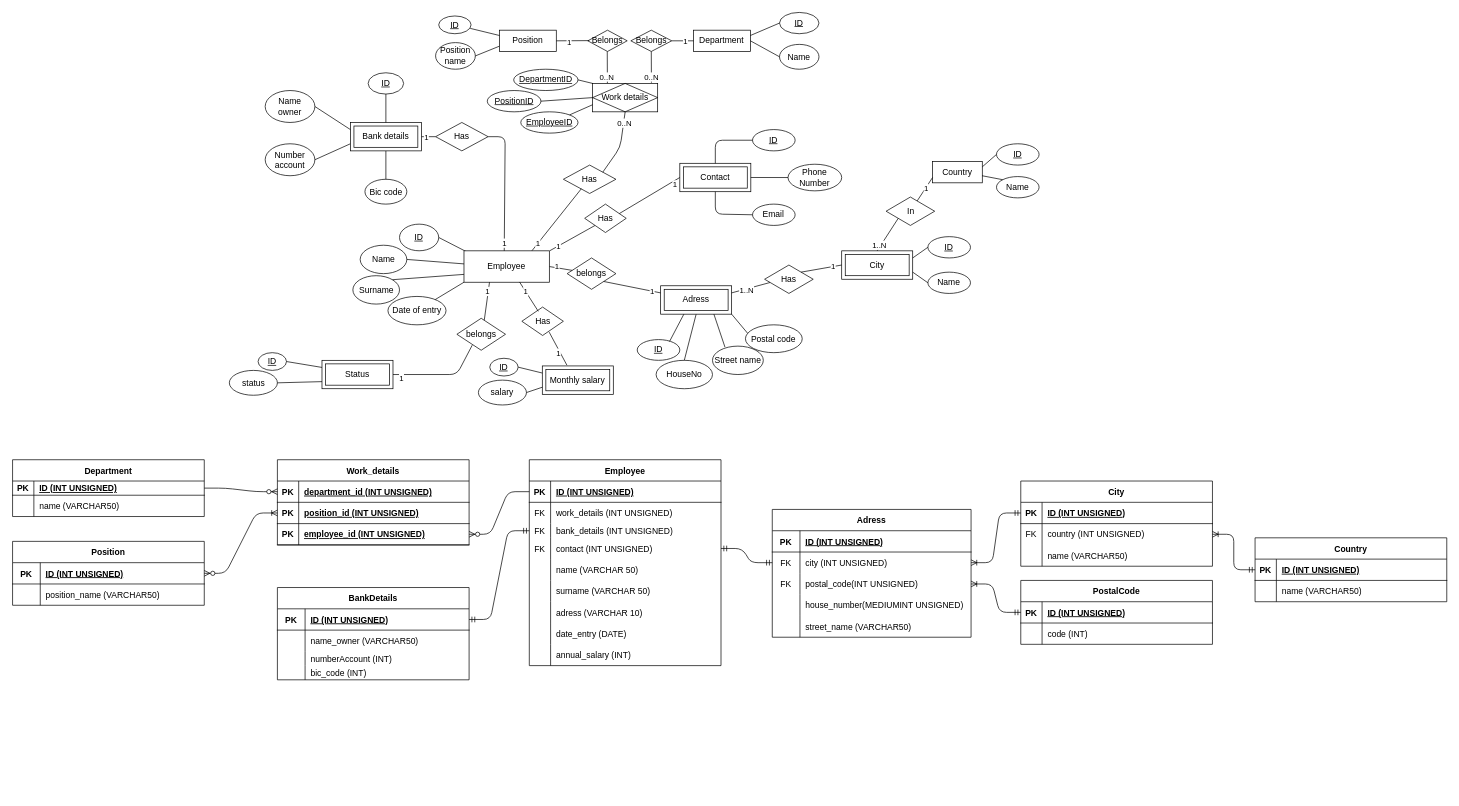
AntoineD74/Database-project keeps this draw.io diagram as Scheme_database.drawio. Above is the earlier version. Source tidied: cells renumbered, new cells numbered last; positions are measured from the earlier drawing's top-left corner, leaving out a move shared by most shapes. Both pictures are drawn from the tidied source at 71%, with x=0, y=0 at pixel (12, 12).
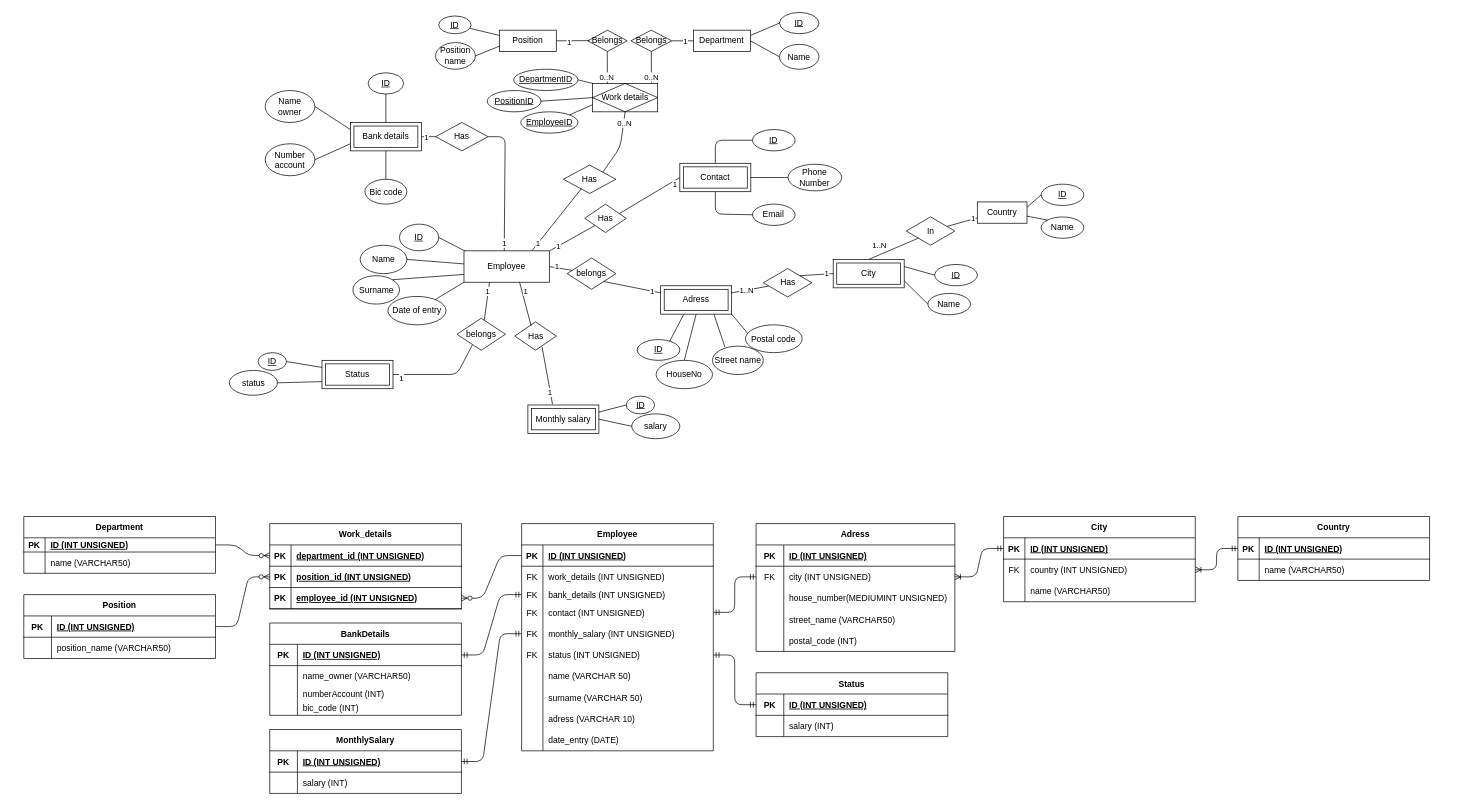
Above is the later version.

Unchanged cells that the change refers to:
```xml
<mxCell id="87" style="shape=partialRectangle;fillColor=none;top=0;left=0;bottom=1;right=0;points=[[0,0.5],[1,0.5]];portConstraint=eastwest;" parent="83" vertex="1">
  <mxGeometry y="60" width="270" height="30" as="geometry" />
</mxCell>
<mxCell id="170" style="shape=partialRectangle;fillColor=none;top=0;left=0;bottom=1;right=0;points=[[0,0.5],[1,0.5]];portConstraint=eastwest;" parent="169" vertex="1">
  <mxGeometry y="30" width="270" height="30" as="geometry" />
</mxCell>
```

Diff of the diagram source:
```diff
@@
     <mxCell id="38" value="Employee" style="shape=table;startSize=30;childLayout=tableLayout;rowLines=0;fontStyle=1;align=center;" parent="1" vertex="1">
-      <mxGeometry x="728" y="630" width="270" height="290" as="geometry" />
+      <mxGeometry x="717.2" y="720" width="270" height="320" as="geometry" />
     </mxCell>
@@
+    <mxCell id="239" style="shape=partialRectangle;fillColor=none;top=0;left=0;bottom=0;right=0;points=[[0,0.5],[1,0.5]];portConstraint=eastwest;" parent="38" vertex="1">
+      <mxGeometry y="140" width="270" height="30" as="geometry" />
+    </mxCell>
+    <mxCell id="240" value="FK" style="shape=partialRectangle;fillColor=none;top=0;left=0;bottom=0;right=0;overflow=hidden;" parent="239" vertex="1">
+      <mxGeometry width="30" height="30" as="geometry" />
+    </mxCell>
+    <mxCell id="241" value="monthly_salary (INT UNSIGNED)" style="shape=partialRectangle;fillColor=none;top=0;left=0;bottom=0;right=0;align=left;spacingLeft=6;overflow=hidden;" parent="239" vertex="1">
+      <mxGeometry x="30" width="240" height="30" as="geometry" />
+    </mxCell>
+    <mxCell id="242" style="shape=partialRectangle;fillColor=none;top=0;left=0;bottom=0;right=0;points=[[0,0.5],[1,0.5]];portConstraint=eastwest;" parent="38" vertex="1">
+      <mxGeometry y="170" width="270" height="30" as="geometry" />
+    </mxCell>
+    <mxCell id="243" value="FK" style="shape=partialRectangle;fillColor=none;top=0;left=0;bottom=0;right=0;overflow=hidden;" parent="242" vertex="1">
+      <mxGeometry width="30" height="30" as="geometry" />
+    </mxCell>
+    <mxCell id="244" value="status (INT UNSIGNED)" style="shape=partialRectangle;fillColor=none;top=0;left=0;bottom=0;right=0;align=left;spacingLeft=6;overflow=hidden;" parent="242" vertex="1">
+      <mxGeometry x="30" width="240" height="30" as="geometry" />
+    </mxCell>
     <mxCell id="51" style="shape=partialRectangle;fillColor=none;top=0;left=0;bottom=0;right=0;" parent="38" vertex="1">
-      <mxGeometry y="140" width="270" height="30" as="geometry" />
+      <mxGeometry y="200" width="270" height="30" as="geometry" />
     </mxCell>
@@
     <mxCell id="54" style="shape=partialRectangle;fillColor=none;top=0;left=0;bottom=0;right=0;" parent="38" vertex="1">
-      <mxGeometry y="170" width="270" height="30" as="geometry" />
+      <mxGeometry y="230" width="270" height="30" as="geometry" />
     </mxCell>
@@
     <mxCell id="57" style="shape=partialRectangle;fillColor=none;top=0;left=0;bottom=0;right=0;" parent="38" vertex="1">
-      <mxGeometry y="200" width="270" height="30" as="geometry" />
+      <mxGeometry y="260" width="270" height="30" as="geometry" />
     </mxCell>
@@
     <mxCell id="60" style="shape=partialRectangle;fillColor=none;top=0;left=0;bottom=0;right=0;" parent="38" vertex="1">
-      <mxGeometry y="230" width="270" height="30" as="geometry" />
+      <mxGeometry y="290" width="270" height="30" as="geometry" />
     </mxCell>
@@
-    <mxCell id="63" style="shape=partialRectangle;fillColor=none;top=0;left=0;bottom=0;right=0;" parent="38" vertex="1">
-      <mxGeometry y="260" width="270" height="30" as="geometry" />
-    </mxCell>
-    <mxCell id="64" style="shape=partialRectangle;fillColor=none;top=0;left=0;bottom=0;right=0;overflow=hidden;" parent="63" vertex="1">
-      <mxGeometry width="30" height="30" as="geometry" />
-    </mxCell>
-    <mxCell id="65" value="annual_salary (INT)" style="shape=partialRectangle;fillColor=none;top=0;left=0;bottom=0;right=0;align=left;spacingLeft=6;overflow=hidden;" parent="63" vertex="1">
-      <mxGeometry x="30" width="240" height="30" as="geometry" />
-    </mxCell>
     <mxCell id="66" value="City" style="shape=table;startSize=30;childLayout=tableLayout;rowLines=0;fontStyle=1;align=center;" parent="1" vertex="1">
-      <mxGeometry x="1420.2" y="660" width="270" height="120" as="geometry" />
+      <mxGeometry x="1396" y="710" width="270" height="120" as="geometry" />
     </mxCell>
@@
-    <mxCell id="76" value="PostalCode" style="shape=table;startSize=30;childLayout=tableLayout;rowLines=0;fontStyle=1;align=center;" parent="1" vertex="1">
-      <mxGeometry x="1420.2" y="800" width="270" height="90" as="geometry" />
-    </mxCell>
-    <mxCell id="77" style="shape=partialRectangle;fillColor=none;top=0;left=0;bottom=1;right=0;points=[[0,0.5],[1,0.5]];portConstraint=eastwest;" parent="76" vertex="1">
-      <mxGeometry y="30" width="270" height="30" as="geometry" />
-    </mxCell>
-    <mxCell id="78" value="PK" style="shape=partialRectangle;fillColor=none;top=0;left=0;bottom=0;right=0;fontStyle=1;overflow=hidden;" parent="77" vertex="1">
-      <mxGeometry width="30" height="30" as="geometry" />
-    </mxCell>
-    <mxCell id="79" value="ID (INT UNSIGNED)" style="shape=partialRectangle;fillColor=none;top=0;left=0;bottom=0;right=0;align=left;spacingLeft=6;fontStyle=5;overflow=hidden;" parent="77" vertex="1">
-      <mxGeometry x="30" width="240" height="30" as="geometry" />
-    </mxCell>
-    <mxCell id="80" style="shape=partialRectangle;fillColor=none;top=0;left=0;bottom=0;right=0;" parent="76" vertex="1">
-      <mxGeometry y="60" width="270" height="30" as="geometry" />
-    </mxCell>
-    <mxCell id="81" style="shape=partialRectangle;fillColor=none;top=0;left=0;bottom=0;right=0;overflow=hidden;" parent="80" vertex="1">
-      <mxGeometry width="30" height="30" as="geometry" />
-    </mxCell>
-    <mxCell id="82" value="code (INT)" style="shape=partialRectangle;fillColor=none;top=0;left=0;bottom=0;right=0;align=left;spacingLeft=6;overflow=hidden;" parent="80" vertex="1">
-      <mxGeometry x="30" width="240" height="30" as="geometry" />
-    </mxCell>
     <mxCell id="83" value="Work_details" style="shape=table;startSize=30;childLayout=tableLayout;rowLines=0;fontStyle=1;align=center;" parent="1" vertex="1">
-      <mxGeometry x="373.2" y="630" width="270" height="120" as="geometry" />
+      <mxGeometry x="362.4" y="720" width="270" height="120" as="geometry" />
     </mxCell>
@@
     <mxCell id="93" value="Department" style="shape=table;startSize=30;childLayout=tableLayout;rowLines=0;fontStyle=1;align=center;" parent="1" vertex="1">
-      <mxGeometry x="0.2" y="630" width="270" height="80" as="geometry" />
+      <mxGeometry x="16" y="710" width="270" height="80" as="geometry" />
     </mxCell>
@@
     <mxCell id="100" value="BankDetails" style="shape=table;startSize=30;childLayout=tableLayout;rowLines=0;fontStyle=1;align=center;" parent="1" vertex="1">
-      <mxGeometry x="373.2" y="810" width="270" height="130" as="geometry" />
+      <mxGeometry x="362.4" y="860" width="270" height="130" as="geometry" />
     </mxCell>
@@
     <mxCell id="129" value="Name" style="ellipse;whiteSpace=wrap;html=1;" parent="1" vertex="1">
-      <mxGeometry x="1289.4" y="365.8" width="60" height="30" as="geometry" />
+      <mxGeometry x="1289.4" y="395.8" width="60" height="30" as="geometry" />
     </mxCell>
     <mxCell id="130" value="&lt;u&gt;ID&lt;/u&gt;" style="ellipse;whiteSpace=wrap;html=1;" parent="1" vertex="1">
-      <mxGeometry x="1289.4" y="315.8" width="60" height="30" as="geometry" />
+      <mxGeometry x="1299" y="355" width="60" height="30" as="geometry" />
     </mxCell>
     <mxCell id="131" value="City" style="shape=ext;margin=3;double=1;whiteSpace=wrap;html=1;align=center;" parent="1" vertex="1">
-      <mxGeometry x="1168" y="335.8" width="100" height="40" as="geometry" />
+      <mxGeometry x="1156" y="347.9" width="100" height="40" as="geometry" />
     </mxCell>
@@
     <mxCell id="140" value="Has" style="rhombus;whiteSpace=wrap;html=1;" parent="1" vertex="1">
-      <mxGeometry x="1059.4" y="355.8" width="68.5" height="40" as="geometry" />
+      <mxGeometry x="1057.6" y="360.8" width="68.5" height="40" as="geometry" />
     </mxCell>
@@
     <mxCell id="143" value="Country" style="rounded=0;whiteSpace=wrap;html=1;" parent="1" vertex="1">
-      <mxGeometry x="1296" y="210" width="70" height="30" as="geometry" />
+      <mxGeometry x="1359" y="266.9" width="70" height="30" as="geometry" />
     </mxCell>
@@
     <mxCell id="145" value="&lt;u&gt;ID&lt;/u&gt;" style="ellipse;whiteSpace=wrap;html=1;" parent="1" vertex="1">
-      <mxGeometry x="1386" y="185" width="60" height="30" as="geometry" />
+      <mxGeometry x="1449" y="241.9" width="60" height="30" as="geometry" />
     </mxCell>
     <mxCell id="146" value="Name" style="ellipse;whiteSpace=wrap;html=1;" parent="1" vertex="1">
-      <mxGeometry x="1386" y="231.2" width="60" height="30" as="geometry" />
+      <mxGeometry x="1449" y="288.1" width="60" height="30" as="geometry" />
     </mxCell>
@@
     <mxCell id="148" style="endArrow=none;html=1;entryX=0;entryY=0;entryDx=0;entryDy=0;" parent="1" edge="1" target="146">
       <mxGeometry relative="1" as="geometry">
-        <mxPoint x="1365.6" y="230" as="sourcePoint" />
+        <mxPoint x="1428.6" y="286.9" as="sourcePoint" />
       </mxGeometry>
     </mxCell>
@@
     <mxCell id="150" value="1" style="edgeLabel;html=1;align=center;verticalAlign=middle;" parent="1" vertex="1">
-      <mxGeometry x="999.4" y="395.8" as="geometry">
+      <mxGeometry x="990" y="405" as="geometry">
         <mxPoint x="156" y="-38" as="offset" />
       </mxGeometry>
     </mxCell>
     <mxCell id="151" value="1" style="edgeLabel;html=1;align=center;verticalAlign=middle;" parent="1" vertex="1">
-      <mxGeometry x="1130.2" y="285" as="geometry">
+      <mxGeometry x="1196" y="327.9" as="geometry">
         <mxPoint x="156" y="-38" as="offset" />
       </mxGeometry>
     </mxCell>
@@
     <mxCell id="158" value="In" style="rhombus;whiteSpace=wrap;html=1;" parent="1" vertex="1">
-      <mxGeometry x="1230.5" y="260" width="68.5" height="40" as="geometry" />
+      <mxGeometry x="1258.9" y="287.9" width="68.5" height="40" as="geometry" />
     </mxCell>
@@
     <mxCell id="169" value="Position" style="shape=table;startSize=30;childLayout=tableLayout;rowLines=0;fontStyle=1;align=center;" parent="1" vertex="1">
-      <mxGeometry x="0.2" y="745" width="270" height="90" as="geometry" />
+      <mxGeometry x="16" y="820" width="270" height="90" as="geometry" />
     </mxCell>
@@
     <mxCell id="176" value="Country" style="shape=table;startSize=30;childLayout=tableLayout;rowLines=0;fontStyle=1;align=center;" parent="1" vertex="1">
-      <mxGeometry x="1750.2" y="740" width="270" height="90" as="geometry" />
+      <mxGeometry x="1726" y="710" width="270" height="90" as="geometry" />
     </mxCell>
@@
     <mxCell id="184" value="Adress" style="shape=table;startSize=30;childLayout=tableLayout;rowLines=0;fontStyle=1;align=center;" parent="1" vertex="1">
-      <mxGeometry x="1070.2" y="700" width="280" height="180" as="geometry" />
+      <mxGeometry x="1047.4" y="720" width="280" height="180" as="geometry" />
     </mxCell>
@@
-    <mxCell id="191" style="shape=partialRectangle;fillColor=none;top=0;left=0;bottom=0;right=0;points=[[0,0.5],[1,0.5]];portConstraint=eastwest;" parent="184" vertex="1">
-      <mxGeometry y="90" width="280" height="30" as="geometry" />
-    </mxCell>
-    <mxCell id="192" value="FK" style="shape=partialRectangle;fillColor=none;top=0;left=0;bottom=0;right=0;overflow=hidden;" parent="191" vertex="1">
-      <mxGeometry width="39" height="30" as="geometry" />
-    </mxCell>
-    <mxCell id="193" value="postal_code(INT UNSIGNED)" style="shape=partialRectangle;fillColor=none;top=0;left=0;bottom=0;right=0;align=left;spacingLeft=6;overflow=hidden;" parent="191" vertex="1">
-      <mxGeometry x="39" width="241" height="30" as="geometry" />
-    </mxCell>
     <mxCell id="194" style="shape=partialRectangle;fillColor=none;top=0;left=0;bottom=0;right=0;" parent="184" vertex="1">
-      <mxGeometry y="120" width="280" height="30" as="geometry" />
+      <mxGeometry y="90" width="280" height="30" as="geometry" />
     </mxCell>
@@
     <mxCell id="197" style="shape=partialRectangle;fillColor=none;top=0;left=0;bottom=0;right=0;" parent="184" vertex="1">
-      <mxGeometry y="150" width="280" height="30" as="geometry" />
+      <mxGeometry y="120" width="280" height="30" as="geometry" />
     </mxCell>
@@
+    <mxCell id="245" style="shape=partialRectangle;fillColor=none;top=0;left=0;bottom=0;right=0;" parent="184" vertex="1">
+      <mxGeometry y="150" width="280" height="30" as="geometry" />
+    </mxCell>
+    <mxCell id="246" style="shape=partialRectangle;fillColor=none;top=0;left=0;bottom=0;right=0;overflow=hidden;" parent="245" vertex="1">
+      <mxGeometry width="39" height="30" as="geometry" />
+    </mxCell>
+    <mxCell id="247" value="postal_code (INT)" style="shape=partialRectangle;fillColor=none;top=0;left=0;bottom=0;right=0;align=left;spacingLeft=6;overflow=hidden;" parent="245" vertex="1">
+      <mxGeometry x="39" width="241" height="30" as="geometry" />
+    </mxCell>
@@
-    <mxCell id="202" style="edgeStyle=entityRelationEdgeStyle;fontSize=12;html=1;endArrow=ERoneToMany;startArrow=ERmandOne;entryX=1;entryY=0.5;entryDx=0;entryDy=0;exitX=0;exitY=0.5;exitDx=0;exitDy=0;" parent="1" edge="1" source="77" target="191">
-      <mxGeometry relative="1" as="geometry" />
-    </mxCell>
@@
-    <mxCell id="214" style="edgeStyle=entityRelationEdgeStyle;fontSize=12;html=1;endArrow=ERoneToMany;startArrow=ERzeroToMany;entryX=0;entryY=0.5;entryDx=0;entryDy=0;exitX=1;exitY=0.5;exitDx=0;exitDy=0;" parent="1" edge="1" source="170" target="87">
-      <mxGeometry relative="1" as="geometry" />
-    </mxCell>
@@
     <mxCell id="217" value="Monthly salary" style="shape=ext;margin=3;double=1;whiteSpace=wrap;html=1;align=center;" parent="1" vertex="1">
-      <mxGeometry x="746.3" y="497.9" width="100" height="40" as="geometry" />
+      <mxGeometry x="726" y="552.9" width="100" height="40" as="geometry" />
     </mxCell>
     <mxCell id="218" value="Has" style="rhombus;whiteSpace=wrap;html=1;" parent="1" vertex="1">
-      <mxGeometry x="717.5" y="415" width="58.5" height="40" as="geometry" />
+      <mxGeometry x="707.5" y="435.8" width="58.5" height="40" as="geometry" />
     </mxCell>
@@
     <mxCell id="222" value="1" style="edgeLabel;html=1;align=center;verticalAlign=middle;" parent="1" vertex="1">
-      <mxGeometry x="612.3" y="517.9" as="geometry">
+      <mxGeometry x="600.4" y="572.9" as="geometry">
         <mxPoint x="156" y="-38" as="offset" />
       </mxGeometry>
     </mxCell>
     <mxCell id="223" value="&lt;u&gt;ID&lt;/u&gt;" style="ellipse;whiteSpace=wrap;html=1;" parent="1" vertex="1">
-      <mxGeometry x="672.3" y="487.1" width="40" height="25" as="geometry" />
+      <mxGeometry x="864.5" y="540.4" width="40" height="25" as="geometry" />
     </mxCell>
     <mxCell id="224" value="salary" style="ellipse;whiteSpace=wrap;html=1;" parent="1" vertex="1">
-      <mxGeometry x="656.3" y="517.9" width="67.7" height="35" as="geometry" />
+      <mxGeometry x="872.3" y="565.4" width="67.7" height="35" as="geometry" />
     </mxCell>
-    <mxCell id="225" style="endArrow=none;html=1;exitX=0;exitY=0.25;exitDx=0;exitDy=0;entryX=1;entryY=0.5;entryDx=0;entryDy=0;" parent="1" edge="1" source="217" target="223">
+    <mxCell id="225" style="endArrow=none;html=1;exitX=1;exitY=0.25;exitDx=0;exitDy=0;entryX=0;entryY=0.5;entryDx=0;entryDy=0;" parent="1" edge="1" source="217" target="223">
       <mxGeometry relative="1" as="geometry" />
     </mxCell>
-    <mxCell id="226" style="endArrow=none;html=1;exitX=0;exitY=0.75;exitDx=0;exitDy=0;entryX=1;entryY=0.5;entryDx=0;entryDy=0;" parent="1" edge="1" source="217" target="224">
+    <mxCell id="226" style="endArrow=none;html=1;exitX=1;exitY=0.5;exitDx=0;exitDy=0;entryX=0;entryY=0.5;entryDx=0;entryDy=0;" parent="1" edge="1" source="217" target="224">
       <mxGeometry relative="1" as="geometry" />
     </mxCell>
@@
+    <mxCell id="248" value="MonthlySalary" style="shape=table;startSize=30;childLayout=tableLayout;rowLines=0;fontStyle=1;align=center;" parent="1" vertex="1">
+      <mxGeometry x="362.4" y="1010" width="270" height="90" as="geometry" />
+    </mxCell>
+    <mxCell id="249" style="shape=partialRectangle;fillColor=none;top=0;left=0;bottom=1;right=0;points=[[0,0.5],[1,0.5]];portConstraint=eastwest;" parent="248" vertex="1">
+      <mxGeometry y="30" width="270" height="30" as="geometry" />
+    </mxCell>
+    <mxCell id="250" value="PK" style="shape=partialRectangle;fillColor=none;top=0;left=0;bottom=0;right=0;fontStyle=1;overflow=hidden;" parent="249" vertex="1">
+      <mxGeometry width="39" height="30" as="geometry" />
+    </mxCell>
+    <mxCell id="251" value="ID (INT UNSIGNED)" style="shape=partialRectangle;fillColor=none;top=0;left=0;bottom=0;right=0;align=left;spacingLeft=6;fontStyle=5;overflow=hidden;" parent="249" vertex="1">
+      <mxGeometry x="39" width="231" height="30" as="geometry" />
+    </mxCell>
+    <mxCell id="252" style="shape=partialRectangle;fillColor=none;top=0;left=0;bottom=0;right=0;" parent="248" vertex="1">
+      <mxGeometry y="60" width="270" height="30" as="geometry" />
+    </mxCell>
+    <mxCell id="253" style="shape=partialRectangle;fillColor=none;top=0;left=0;bottom=0;right=0;overflow=hidden;" parent="252" vertex="1">
+      <mxGeometry width="39" height="30" as="geometry" />
+    </mxCell>
+    <mxCell id="254" value="salary (INT)" style="shape=partialRectangle;fillColor=none;top=0;left=0;bottom=0;right=0;align=left;spacingLeft=6;overflow=hidden;" parent="252" vertex="1">
+      <mxGeometry x="39" width="231" height="30" as="geometry" />
+    </mxCell>
+    <mxCell id="255" value="Status" style="shape=table;startSize=30;childLayout=tableLayout;rowLines=0;fontStyle=1;align=center;" parent="1" vertex="1">
+      <mxGeometry x="1047.4" y="930" width="270" height="90" as="geometry" />
+    </mxCell>
+    <mxCell id="256" style="shape=partialRectangle;fillColor=none;top=0;left=0;bottom=1;right=0;points=[[0,0.5],[1,0.5]];portConstraint=eastwest;" parent="255" vertex="1">
+      <mxGeometry y="30" width="270" height="30" as="geometry" />
+    </mxCell>
+    <mxCell id="257" value="PK" style="shape=partialRectangle;fillColor=none;top=0;left=0;bottom=0;right=0;fontStyle=1;overflow=hidden;" parent="256" vertex="1">
+      <mxGeometry width="39" height="30" as="geometry" />
+    </mxCell>
+    <mxCell id="258" value="ID (INT UNSIGNED)" style="shape=partialRectangle;fillColor=none;top=0;left=0;bottom=0;right=0;align=left;spacingLeft=6;fontStyle=5;overflow=hidden;" parent="256" vertex="1">
+      <mxGeometry x="39" width="231" height="30" as="geometry" />
+    </mxCell>
+    <mxCell id="259" style="shape=partialRectangle;fillColor=none;top=0;left=0;bottom=0;right=0;" parent="255" vertex="1">
+      <mxGeometry y="60" width="270" height="30" as="geometry" />
+    </mxCell>
+    <mxCell id="260" style="shape=partialRectangle;fillColor=none;top=0;left=0;bottom=0;right=0;overflow=hidden;" parent="259" vertex="1">
+      <mxGeometry width="39" height="30" as="geometry" />
+    </mxCell>
+    <mxCell id="261" value="salary (INT)" style="shape=partialRectangle;fillColor=none;top=0;left=0;bottom=0;right=0;align=left;spacingLeft=6;overflow=hidden;" parent="259" vertex="1">
+      <mxGeometry x="39" width="231" height="30" as="geometry" />
+    </mxCell>
+    <mxCell id="262" style="edgeStyle=entityRelationEdgeStyle;fontSize=12;html=1;endArrow=ERmandOne;startArrow=ERmandOne;entryX=1;entryY=0.5;entryDx=0;entryDy=0;exitX=0;exitY=0.5;exitDx=0;exitDy=0;" parent="1" edge="1" source="256" target="242">
+      <mxGeometry relative="1" as="geometry" />
+    </mxCell>
+    <mxCell id="263" style="edgeStyle=entityRelationEdgeStyle;fontSize=12;html=1;endArrow=ERmandOne;startArrow=ERmandOne;entryX=1;entryY=0.5;entryDx=0;entryDy=0;exitX=0;exitY=0.5;exitDx=0;exitDy=0;" parent="1" edge="1" source="239" target="249">
+      <mxGeometry relative="1" as="geometry" />
+    </mxCell>
+    <mxCell id="214" style="edgeStyle=entityRelationEdgeStyle;fontSize=12;html=1;endArrow=ERzeroToMany;endFill=1;entryX=0;entryY=0.5;entryDx=0;entryDy=0;exitX=1;exitY=0.5;exitDx=0;exitDy=0;" parent="1" edge="1" source="170" target="87">
+      <mxGeometry relative="1" as="geometry" />
+    </mxCell>
```
